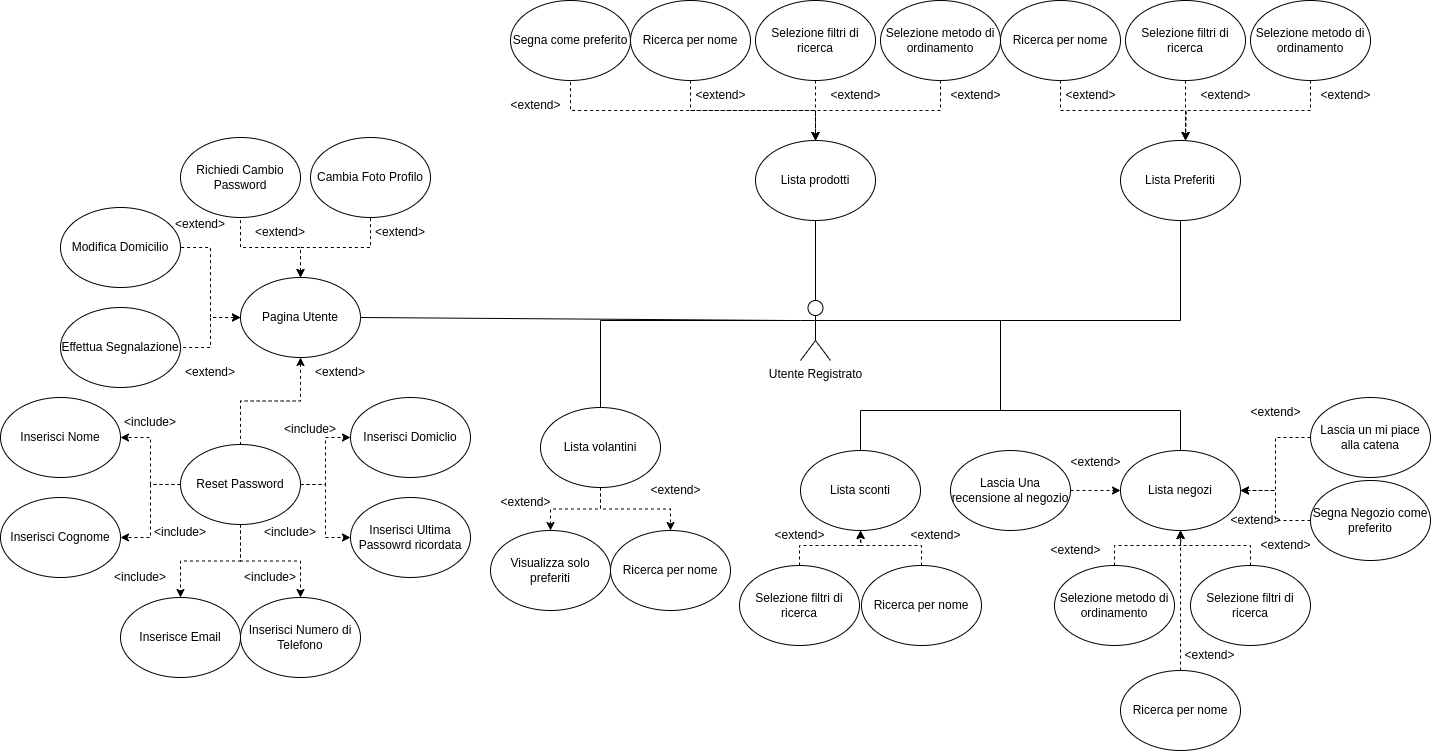
Above: UML/UCD_utente_registrato.png in G15-UniTN/iSpesa (draw.io), before the change. Source tidied: cells renumbered, new cells last; positions are measured from the earlier drawing's top-left corner, leaving out a move shared by most shapes.
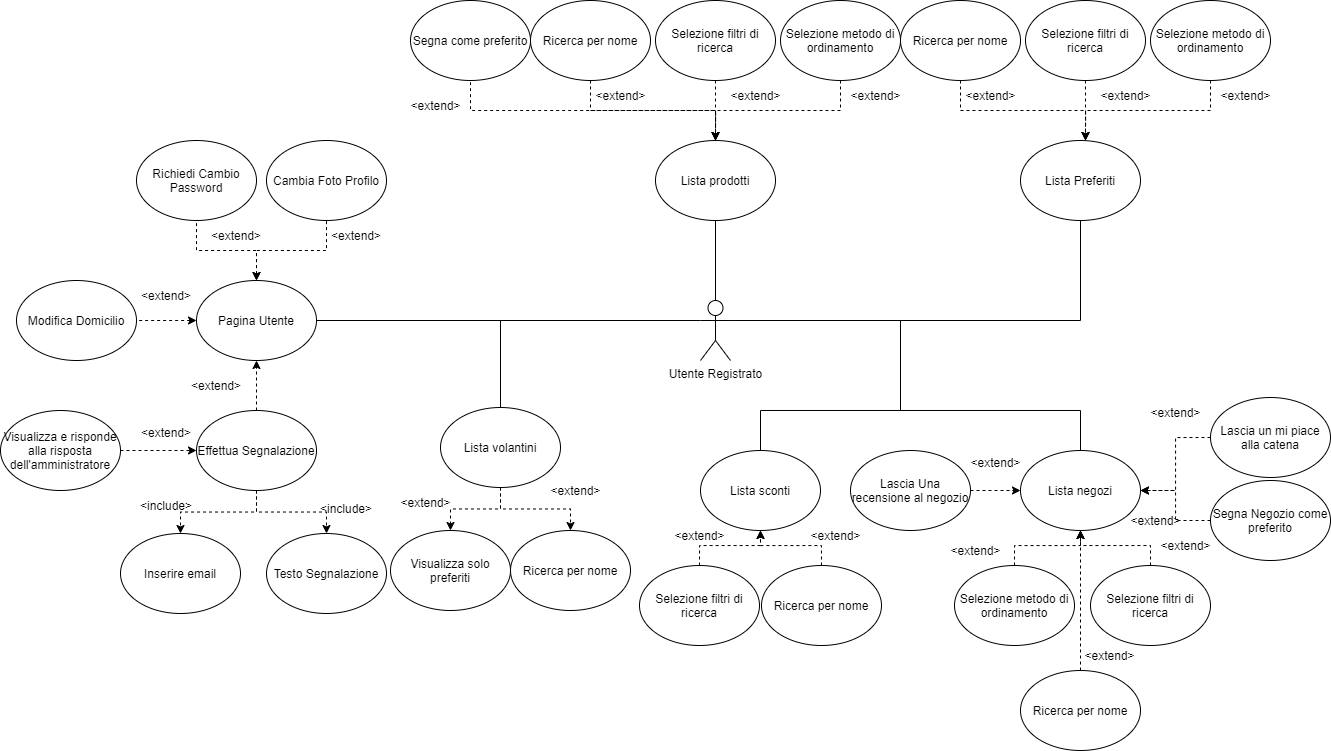
The same diagram one commit later.

Diff of the diagram source:
```diff
@@ -51,12 +51,6 @@
     <mxCell id="11" style="edgeStyle=orthogonalEdgeStyle;rounded=0;jettySize=auto;html=1;exitX=0.5;exitY=1;exitDx=0;exitDy=0;entryX=0.5;entryY=0;entryDx=0;entryDy=0;entryPerimeter=0;endArrow=none;endFill=0;" parent="1" edge="1" source="6" target="4">
       <mxGeometry relative="1" as="geometry" />
     </mxCell>
-    <mxCell id="12" style="edgeStyle=orthogonalEdgeStyle;rounded=0;jettySize=auto;html=1;exitX=0.5;exitY=1;exitDx=0;exitDy=0;dashed=1;endArrow=none;endFill=0;startArrow=classic;startFill=1;" parent="1" edge="1" source="16" target="28">
-      <mxGeometry relative="1" as="geometry" />
-    </mxCell>
-    <mxCell id="13" style="edgeStyle=orthogonalEdgeStyle;rounded=0;jettySize=auto;html=1;exitX=0;exitY=0.5;exitDx=0;exitDy=0;dashed=1;endArrow=none;endFill=0;startArrow=classic;startFill=1;" parent="1" edge="1" source="16" target="21">
-      <mxGeometry relative="1" as="geometry" />
-    </mxCell>
     <mxCell id="14" style="edgeStyle=orthogonalEdgeStyle;rounded=0;jettySize=auto;html=1;exitX=0.5;exitY=0;exitDx=0;exitDy=0;dashed=1;endArrow=none;endFill=0;startArrow=classic;startFill=1;" parent="1" edge="1" source="16" target="19">
       <mxGeometry relative="1" as="geometry" />
     </mxCell>
@@ -64,7 +58,7 @@
       <mxGeometry relative="1" as="geometry" />
     </mxCell>
     <mxCell id="16" value="Pagina Utente" style="ellipse;whiteSpace=wrap;html=1;" parent="1" vertex="1">
-      <mxGeometry x="240" y="277" width="120" height="80" as="geometry" />
+      <mxGeometry x="296" y="280" width="120" height="80" as="geometry" />
     </mxCell>
     <mxCell id="17" style="endArrow=none;html=1;rounded=0;exitX=1;exitY=0.5;exitDx=0;exitDy=0;" parent="1" edge="1" source="16">
       <mxGeometry relative="1" as="geometry">
@@ -72,61 +66,46 @@
       </mxGeometry>
     </mxCell>
     <mxCell id="18" value="Cambia Foto Profilo" style="ellipse;whiteSpace=wrap;html=1;" parent="1" vertex="1">
-      <mxGeometry x="310" y="137" width="120" height="80" as="geometry" />
+      <mxGeometry x="366" y="140" width="120" height="80" as="geometry" />
     </mxCell>
     <mxCell id="19" value="Richiedi Cambio Password" style="ellipse;whiteSpace=wrap;html=1;" parent="1" vertex="1">
-      <mxGeometry x="180" y="137" width="120" height="80" as="geometry" />
+      <mxGeometry x="236" y="140" width="120" height="80" as="geometry" />
     </mxCell>
     <mxCell id="20" value="Modifica Domicilio" style="ellipse;whiteSpace=wrap;html=1;" parent="1" vertex="1">
-      <mxGeometry x="60" y="207" width="120" height="80" as="geometry" />
+      <mxGeometry x="116" y="280" width="120" height="80" as="geometry" />
     </mxCell>
+    <mxCell id="99" style="edgeStyle=orthogonalEdgeStyle;rounded=0;jettySize=auto;html=1;exitX=0.5;exitY=0;exitDx=0;exitDy=0;dashed=1;" parent="1" edge="1" source="21" target="16">
+      <mxGeometry relative="1" as="geometry" />
+    </mxCell>
+    <mxCell id="100" style="edgeStyle=orthogonalEdgeStyle;rounded=0;jettySize=auto;html=1;exitX=0.5;exitY=1;exitDx=0;exitDy=0;dashed=1;" parent="1" edge="1" source="21" target="103">
+      <mxGeometry relative="1" as="geometry" />
+    </mxCell>
+    <mxCell id="101" style="edgeStyle=orthogonalEdgeStyle;rounded=0;jettySize=auto;html=1;exitX=0.5;exitY=1;exitDx=0;exitDy=0;dashed=1;" parent="1" edge="1" source="21" target="102">
+      <mxGeometry relative="1" as="geometry" />
+    </mxCell>
     <mxCell id="21" value="Effettua Segnalazione" style="ellipse;whiteSpace=wrap;html=1;" parent="1" vertex="1">
-      <mxGeometry x="60" y="307" width="120" height="80" as="geometry" />
+      <mxGeometry x="296" y="410" width="120" height="80" as="geometry" />
     </mxCell>
-    <mxCell id="22" style="edgeStyle=orthogonalEdgeStyle;rounded=0;jettySize=auto;html=1;exitX=0.5;exitY=1;exitDx=0;exitDy=0;dashed=1;" parent="1" edge="1" source="28" target="67">
-      <mxGeometry relative="1" as="geometry" />
-    </mxCell>
-    <mxCell id="23" style="edgeStyle=orthogonalEdgeStyle;rounded=0;jettySize=auto;html=1;exitX=0.5;exitY=1;exitDx=0;exitDy=0;dashed=1;" parent="1" edge="1" source="28" target="66">
-      <mxGeometry relative="1" as="geometry" />
-    </mxCell>
-    <mxCell id="24" style="edgeStyle=orthogonalEdgeStyle;rounded=0;jettySize=auto;html=1;exitX=0;exitY=0.5;exitDx=0;exitDy=0;dashed=1;" parent="1" edge="1" source="28" target="64">
-      <mxGeometry relative="1" as="geometry" />
-    </mxCell>
-    <mxCell id="25" style="edgeStyle=orthogonalEdgeStyle;rounded=0;jettySize=auto;html=1;exitX=0;exitY=0.5;exitDx=0;exitDy=0;dashed=1;" parent="1" edge="1" source="28" target="65">
-      <mxGeometry relative="1" as="geometry" />
-    </mxCell>
-    <mxCell id="26" style="edgeStyle=orthogonalEdgeStyle;rounded=0;jettySize=auto;html=1;exitX=1;exitY=0.5;exitDx=0;exitDy=0;dashed=1;" parent="1" edge="1" source="28" target="68">
-      <mxGeometry relative="1" as="geometry" />
-    </mxCell>
-    <mxCell id="27" style="edgeStyle=orthogonalEdgeStyle;rounded=0;jettySize=auto;html=1;exitX=1;exitY=0.5;exitDx=0;exitDy=0;dashed=1;" parent="1" edge="1" source="28" target="69">
-      <mxGeometry relative="1" as="geometry" />
-    </mxCell>
-    <mxCell id="28" value="Reset Password" style="ellipse;whiteSpace=wrap;html=1;" parent="1" vertex="1">
-      <mxGeometry x="180" y="444" width="120" height="80" as="geometry" />
-    </mxCell>
     <mxCell id="29" style="edgeStyle=orthogonalEdgeStyle;rounded=0;jettySize=auto;html=1;exitX=0;exitY=0.5;exitDx=0;exitDy=0;dashed=1;entryX=1;entryY=0.5;entryDx=0;entryDy=0;endArrow=none;endFill=0;startArrow=classic;startFill=1;" parent="1" edge="1" source="16" target="20">
       <mxGeometry relative="1" as="geometry">
         <Array as="points">
-          <mxPoint x="210" y="317" />
-          <mxPoint x="210" y="247" />
+          <mxPoint x="250" y="320" />
+          <mxPoint x="250" y="320" />
         </Array>
       </mxGeometry>
     </mxCell>
     <mxCell id="30" value="&amp;lt;extend&amp;gt;" style="text;html=1;strokeColor=none;fillColor=none;align=center;verticalAlign=middle;whiteSpace=wrap;rounded=0;" parent="1" vertex="1">
-      <mxGeometry x="370" y="217" width="60" height="30" as="geometry" />
+      <mxGeometry x="426" y="220" width="60" height="30" as="geometry" />
     </mxCell>
     <mxCell id="31" value="&amp;lt;extend&amp;gt;" style="text;html=1;strokeColor=none;fillColor=none;align=center;verticalAlign=middle;whiteSpace=wrap;rounded=0;" parent="1" vertex="1">
-      <mxGeometry x="250" y="217" width="60" height="30" as="geometry" />
+      <mxGeometry x="306" y="220" width="60" height="30" as="geometry" />
     </mxCell>
     <mxCell id="32" value="&amp;lt;extend&amp;gt;" style="text;html=1;strokeColor=none;fillColor=none;align=center;verticalAlign=middle;whiteSpace=wrap;rounded=0;" parent="1" vertex="1">
-      <mxGeometry x="170" y="209" width="60" height="30" as="geometry" />
+      <mxGeometry x="236" y="280" width="60" height="30" as="geometry" />
     </mxCell>
     <mxCell id="33" value="&amp;lt;extend&amp;gt;" style="text;html=1;strokeColor=none;fillColor=none;align=center;verticalAlign=middle;whiteSpace=wrap;rounded=0;" parent="1" vertex="1">
-      <mxGeometry x="180" y="357" width="60" height="30" as="geometry" />
+      <mxGeometry x="286" y="370" width="60" height="30" as="geometry" />
     </mxCell>
-    <mxCell id="34" value="&amp;lt;extend&amp;gt;" style="text;html=1;strokeColor=none;fillColor=none;align=center;verticalAlign=middle;whiteSpace=wrap;rounded=0;" parent="1" vertex="1">
-      <mxGeometry x="310" y="357" width="60" height="30" as="geometry" />
-    </mxCell>
     <mxCell id="35" style="edgeStyle=orthogonalEdgeStyle;rounded=0;jettySize=auto;html=1;exitX=0.5;exitY=1;exitDx=0;exitDy=0;dashed=1;" parent="1" edge="1" source="36" target="6">
       <mxGeometry relative="1" as="geometry" />
     </mxCell>
@@ -220,42 +199,6 @@
     <mxCell id="63" value="&amp;lt;extend&amp;gt;" style="text;html=1;align=center;verticalAlign=middle;strokeColor=none;fillColor=none;" parent="1" vertex="1">
       <mxGeometry x="490" y="487" width="70" height="30" as="geometry" />
     </mxCell>
-    <mxCell id="64" value="Inserisci Nome" style="ellipse;whiteSpace=wrap;html=1;" parent="1" vertex="1">
-      <mxGeometry y="397" width="120" height="80" as="geometry" />
-    </mxCell>
-    <mxCell id="65" value="Inserisci Cognome" style="ellipse;whiteSpace=wrap;html=1;" parent="1" vertex="1">
-      <mxGeometry y="497" width="120" height="80" as="geometry" />
-    </mxCell>
-    <mxCell id="66" value="Inserisce Email" style="ellipse;whiteSpace=wrap;html=1;" parent="1" vertex="1">
-      <mxGeometry x="120" y="597" width="120" height="80" as="geometry" />
-    </mxCell>
-    <mxCell id="67" value="Inserisci Numero di Telefono" style="ellipse;whiteSpace=wrap;html=1;" parent="1" vertex="1">
-      <mxGeometry x="240" y="597" width="120" height="80" as="geometry" />
-    </mxCell>
-    <mxCell id="68" value="Inserisci Domiclio" style="ellipse;whiteSpace=wrap;html=1;" parent="1" vertex="1">
-      <mxGeometry x="350" y="397" width="120" height="80" as="geometry" />
-    </mxCell>
-    <mxCell id="69" value="Inserisci Ultima Passowrd ricordata" style="ellipse;whiteSpace=wrap;html=1;" parent="1" vertex="1">
-      <mxGeometry x="350" y="497" width="120" height="80" as="geometry" />
-    </mxCell>
-    <mxCell id="70" value="&amp;lt;include&amp;gt;" style="text;html=1;strokeColor=none;fillColor=none;align=center;verticalAlign=middle;whiteSpace=wrap;rounded=0;" parent="1" vertex="1">
-      <mxGeometry x="120" y="407" width="60" height="30" as="geometry" />
-    </mxCell>
-    <mxCell id="71" value="&amp;lt;include&amp;gt;" style="text;html=1;strokeColor=none;fillColor=none;align=center;verticalAlign=middle;whiteSpace=wrap;rounded=0;" parent="1" vertex="1">
-      <mxGeometry x="150" y="517" width="60" height="30" as="geometry" />
-    </mxCell>
-    <mxCell id="72" value="&amp;lt;include&amp;gt;" style="text;html=1;strokeColor=none;fillColor=none;align=center;verticalAlign=middle;whiteSpace=wrap;rounded=0;" parent="1" vertex="1">
-      <mxGeometry x="110" y="562" width="60" height="30" as="geometry" />
-    </mxCell>
-    <mxCell id="73" value="&amp;lt;include&amp;gt;" style="text;html=1;strokeColor=none;fillColor=none;align=center;verticalAlign=middle;whiteSpace=wrap;rounded=0;" parent="1" vertex="1">
-      <mxGeometry x="240" y="562" width="60" height="30" as="geometry" />
-    </mxCell>
-    <mxCell id="74" value="&amp;lt;include&amp;gt;" style="text;html=1;strokeColor=none;fillColor=none;align=center;verticalAlign=middle;whiteSpace=wrap;rounded=0;" parent="1" vertex="1">
-      <mxGeometry x="260" y="517" width="60" height="30" as="geometry" />
-    </mxCell>
-    <mxCell id="75" value="&amp;lt;include&amp;gt;" style="text;html=1;strokeColor=none;fillColor=none;align=center;verticalAlign=middle;whiteSpace=wrap;rounded=0;" parent="1" vertex="1">
-      <mxGeometry x="280" y="414" width="60" height="30" as="geometry" />
-    </mxCell>
     <mxCell id="76" value="Segna come preferito" style="ellipse;whiteSpace=wrap;html=1;" parent="1" vertex="1">
       <mxGeometry x="510" width="120" height="80" as="geometry" />
     </mxCell>
@@ -331,5 +274,26 @@
     <mxCell id="98" value="&amp;lt;extend&amp;gt;" style="text;html=1;align=center;verticalAlign=middle;strokeColor=none;fillColor=none;" parent="1" vertex="1">
       <mxGeometry x="1240" y="397" width="70" height="30" as="geometry" />
     </mxCell>
+    <mxCell id="102" value="Inserire email" style="ellipse;whiteSpace=wrap;html=1;" parent="1" vertex="1">
+      <mxGeometry x="220" y="533" width="120" height="80" as="geometry" />
+    </mxCell>
+    <mxCell id="103" value="Testo Segnalazione" style="ellipse;whiteSpace=wrap;html=1;" parent="1" vertex="1">
+      <mxGeometry x="366" y="533" width="120" height="80" as="geometry" />
+    </mxCell>
+    <mxCell id="104" value="&amp;lt;include&amp;gt;" style="text;html=1;strokeColor=none;fillColor=none;align=center;verticalAlign=middle;whiteSpace=wrap;rounded=0;" parent="1" vertex="1">
+      <mxGeometry x="236" y="490" width="60" height="30" as="geometry" />
+    </mxCell>
+    <mxCell id="105" value="&amp;lt;include&amp;gt;" style="text;html=1;strokeColor=none;fillColor=none;align=center;verticalAlign=middle;whiteSpace=wrap;rounded=0;" parent="1" vertex="1">
+      <mxGeometry x="416" y="493" width="60" height="30" as="geometry" />
+    </mxCell>
+    <mxCell id="106" style="edgeStyle=orthogonalEdgeStyle;rounded=0;jettySize=auto;html=1;exitX=1;exitY=0.5;exitDx=0;exitDy=0;dashed=1;" parent="1" edge="1" source="107" target="21">
+      <mxGeometry relative="1" as="geometry" />
+    </mxCell>
+    <mxCell id="107" value="Visualizza e risponde alla risposta dell'amministratore" style="ellipse;whiteSpace=wrap;html=1;" parent="1" vertex="1">
+      <mxGeometry x="100" y="410" width="120" height="80" as="geometry" />
+    </mxCell>
+    <mxCell id="34" value="&amp;lt;extend&amp;gt;" style="text;html=1;strokeColor=none;fillColor=none;align=center;verticalAlign=middle;whiteSpace=wrap;rounded=0;" parent="1" vertex="1">
+      <mxGeometry x="236" y="417" width="60" height="30" as="geometry" />
+    </mxCell>
   </root>
 </mxGraphModel>
```
